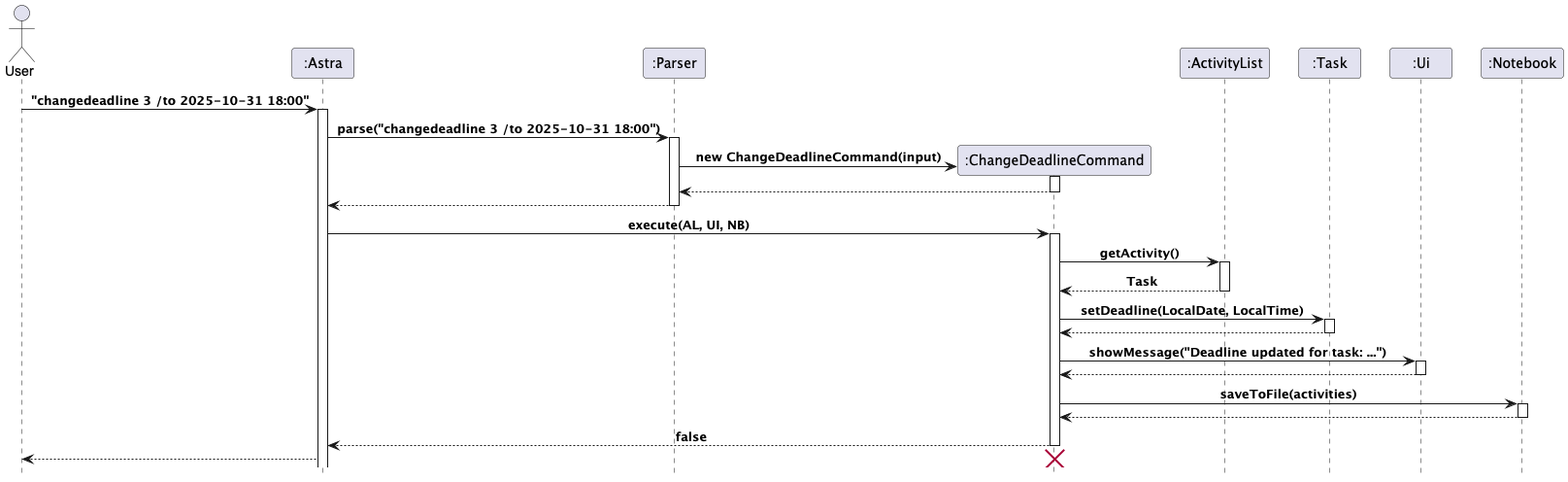
Kennahh/tp keeps this PlantUML diagram as docs/images/changeDeadline_sequence.png. Above is the earlier version.
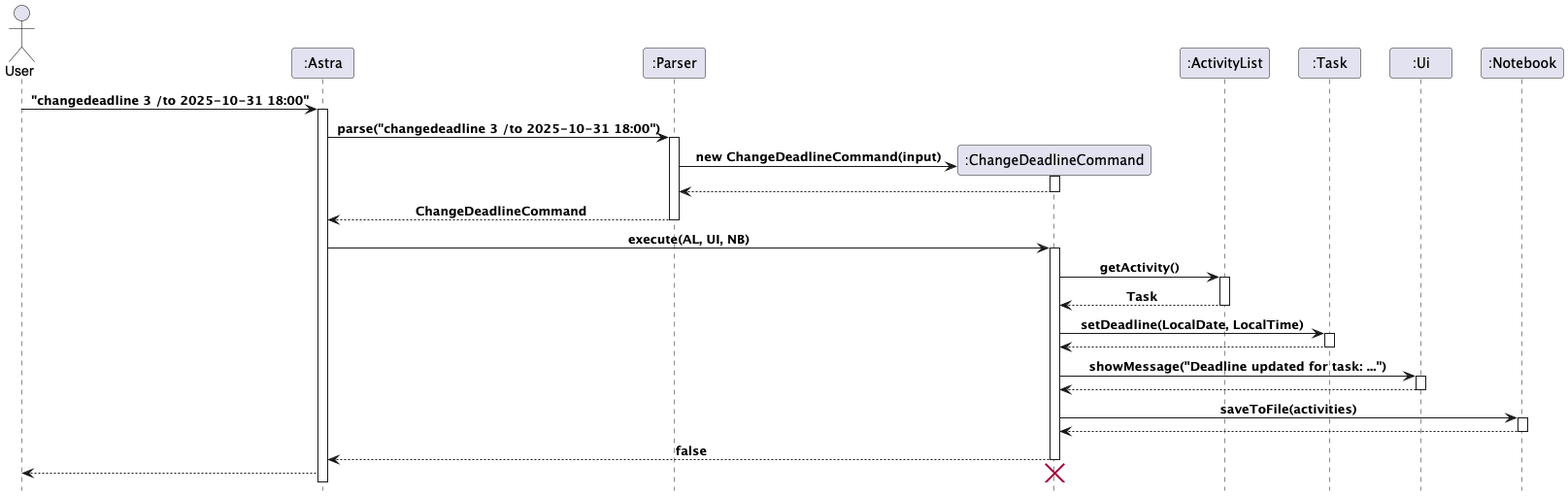
After the change.

What changed in the source:
```diff
@@ -18,7 +18,7 @@
 Parser -> C :new ChangeDeadlineCommand(input)
 activate C
 return
-return
+return ChangeDeadlineCommand
  Astra -> C: execute(AL, UI, NB)
 activate C
 C -> AL: getActivity()
```
